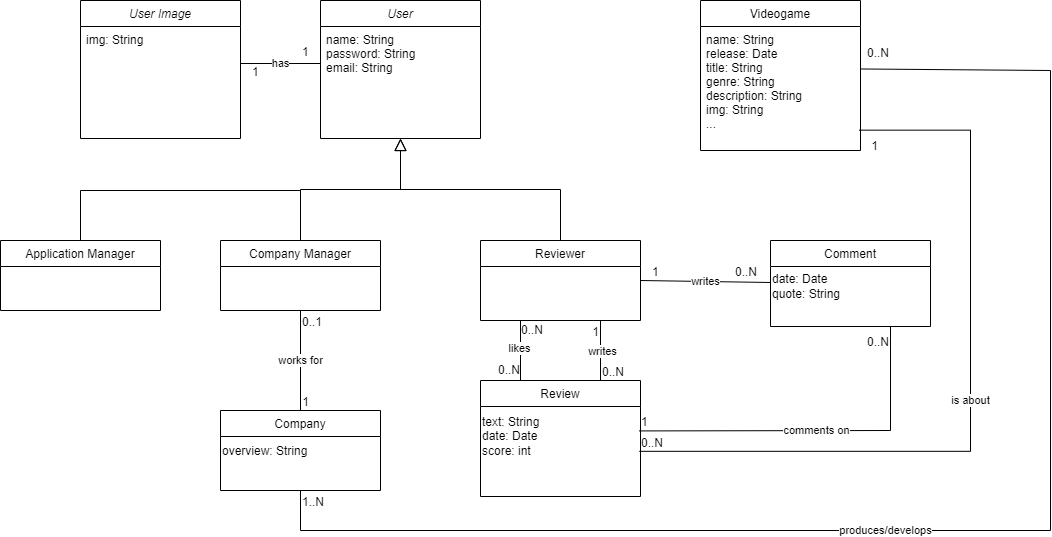
Earlier version of the draw.io export docs/chapter3/img/uml.png (Etto48/LargeScaleProject). Source tidied: cells renumbered, new cells last; positions are measured from the earlier drawing's top-left corner, leaving out a move shared by most shapes.
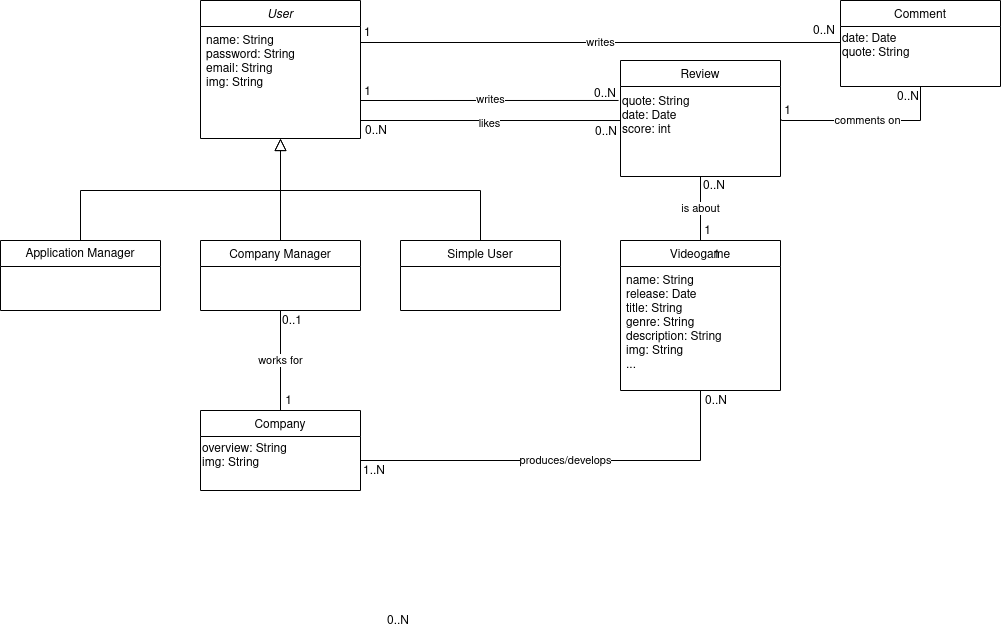
Later version of the same file.

What changed in the source:
```diff
@@ -3,9 +3,9 @@
     <mxCell id="0" />
     <mxCell id="1" parent="0" />
     <mxCell id="2" value="User" style="swimlane;fontStyle=2;align=center;verticalAlign=top;horizontal=1;startSize=26;rounded=0;shadow=0;strokeWidth=1;" parent="1" vertex="1">
-      <mxGeometry x="320" width="160" height="138" as="geometry" />
+      <mxGeometry x="220" width="160" height="138" as="geometry" />
     </mxCell>
-    <mxCell id="3" value="name: String&#10;password: String&#10;email: String&#10;" style="text;align=left;verticalAlign=top;spacingLeft=4;spacingRight=4;overflow=hidden;points=[[0,0.5],[1,0.5]];portConstraint=eastwest;" parent="2" vertex="1">
+    <mxCell id="3" value="name: String&#10;password: String&#10;email: String&#10;img: String&#10;&#10;" style="text;align=left;verticalAlign=top;spacingLeft=4;spacingRight=4;overflow=hidden;points=[[0,0.5],[1,0.5]];portConstraint=eastwest;" parent="2" vertex="1">
       <mxGeometry y="26" width="160" height="74" as="geometry" />
     </mxCell>
     <mxCell id="4" value="Company Manager" style="swimlane;fontStyle=0;align=center;verticalAlign=top;horizontal=1;startSize=26;rounded=0;shadow=0;strokeWidth=1;" parent="1" vertex="1">
@@ -14,20 +14,24 @@
     <mxCell id="5" style="endArrow=block;endSize=10;endFill=0;shadow=0;strokeWidth=1;rounded=0;edgeStyle=elbowEdgeStyle;elbow=vertical;" parent="1" edge="1" source="4" target="2">
       <mxGeometry relative="1" as="geometry" />
     </mxCell>
-    <mxCell id="6" value="Reviewer" style="swimlane;fontStyle=0;align=center;verticalAlign=top;horizontal=1;startSize=26;rounded=0;shadow=0;strokeWidth=1;" parent="1" vertex="1">
-      <mxGeometry x="480" y="240" width="160" height="80" as="geometry" />
+    <mxCell id="6" value="Simple User" style="swimlane;fontStyle=0;align=center;verticalAlign=top;horizontal=1;startSize=26;rounded=0;shadow=0;strokeWidth=1;" parent="1" vertex="1">
+      <mxGeometry x="420" y="240" width="160" height="70" as="geometry" />
     </mxCell>
-    <mxCell id="7" style="endArrow=block;endSize=10;endFill=0;shadow=0;strokeWidth=1;rounded=0;edgeStyle=elbowEdgeStyle;elbow=vertical;" parent="1" edge="1" source="6" target="2">
-      <mxGeometry relative="1" as="geometry" />
+    <mxCell id="7" style="endArrow=block;endSize=10;endFill=0;shadow=0;strokeWidth=1;rounded=0;edgeStyle=elbowEdgeStyle;elbow=vertical;exitX=0.5;exitY=0;exitDx=0;exitDy=0;" parent="1" edge="1" source="6" target="2">
+      <mxGeometry relative="1" as="geometry">
+        <Array as="points">
+          <mxPoint x="430" y="190" />
+        </Array>
+      </mxGeometry>
     </mxCell>
     <mxCell id="8" value="Videogame" style="swimlane;fontStyle=0;align=center;verticalAlign=top;horizontal=1;startSize=26;rounded=0;shadow=0;strokeWidth=1;" parent="1" vertex="1">
-      <mxGeometry x="700" width="160" height="150" as="geometry" />
+      <mxGeometry x="640" y="240" width="160" height="150" as="geometry" />
     </mxCell>
     <mxCell id="9" value="name: String&#10;release: Date&#10;title: String&#10;genre: String&#10;description: String&#10;img: String&#10;..." style="text;align=left;verticalAlign=top;spacingLeft=4;spacingRight=4;overflow=hidden;points=[[0,0.5],[1,0.5]];portConstraint=eastwest;" parent="8" vertex="1">
       <mxGeometry y="26" width="160" height="124" as="geometry" />
     </mxCell>
     <mxCell id="10" value="&lt;span style=&quot;font-weight: normal;&quot;&gt;Application Manager&lt;/span&gt;" style="swimlane;fontStyle=1;align=center;verticalAlign=top;horizontal=1;startSize=26;whiteSpace=wrap;html=1;" parent="1" vertex="1">
-      <mxGeometry y="240" width="160" height="70" as="geometry" />
+      <mxGeometry x="20" y="240" width="160" height="70" as="geometry" />
     </mxCell>
     <mxCell id="11" style="endArrow=none;endSize=10;endFill=0;shadow=0;strokeWidth=1;rounded=0;edgeStyle=elbowEdgeStyle;elbow=vertical;exitX=0.5;exitY=0;exitDx=0;exitDy=0;" parent="1" edge="1" source="10">
       <mxGeometry relative="1" as="geometry">
@@ -40,17 +44,11 @@
     <mxCell id="12" value="Company" style="swimlane;fontStyle=0;align=center;verticalAlign=top;horizontal=1;startSize=26;rounded=0;shadow=0;strokeWidth=1;" parent="1" vertex="1">
       <mxGeometry x="220" y="410" width="160" height="80" as="geometry" />
     </mxCell>
-    <mxCell id="13" value="overview: String" style="text;html=1;align=left;verticalAlign=middle;strokeColor=none;fillColor=none;" parent="12" vertex="1">
-      <mxGeometry y="26" width="160" height="30" as="geometry" />
+    <mxCell id="13" value="&lt;div&gt;overview: String&lt;/div&gt;&lt;div&gt;img: String&lt;br&gt;&lt;/div&gt;" style="text;html=1;align=left;verticalAlign=middle;strokeColor=none;fillColor=none;" parent="12" vertex="1">
+      <mxGeometry y="26" width="160" height="40" as="geometry" />
     </mxCell>
-    <mxCell id="14" value="Review" style="swimlane;fontStyle=0;align=center;verticalAlign=top;horizontal=1;startSize=26;rounded=0;shadow=0;strokeWidth=1;" parent="1" vertex="1">
-      <mxGeometry x="480" y="380" width="160" height="116" as="geometry" />
-    </mxCell>
-    <mxCell id="15" value="text: String&lt;br&gt;date: Date&lt;br&gt;score: int&lt;br&gt;" style="text;html=1;align=left;verticalAlign=middle;points=[];strokeColor=none;fillColor=none;" parent="14" vertex="1">
-      <mxGeometry y="26" width="160" height="60" as="geometry" />
-    </mxCell>
     <mxCell id="16" value="Comment" style="swimlane;fontStyle=0;align=center;verticalAlign=top;horizontal=1;startSize=26;rounded=0;shadow=0;strokeWidth=1;" parent="1" vertex="1">
-      <mxGeometry x="770" y="240" width="160" height="86" as="geometry" />
+      <mxGeometry x="860" width="160" height="86" as="geometry" />
     </mxCell>
     <mxCell id="17" value="date: Date&lt;br&gt;quote: String" style="text;html=1;align=left;verticalAlign=middle;points=[];strokeColor=none;fillColor=none;" parent="16" vertex="1">
       <mxGeometry y="26" width="160" height="40" as="geometry" />
@@ -63,124 +61,131 @@
         <mxPoint y="20" as="offset" />
       </mxGeometry>
     </mxCell>
-    <mxCell id="20" value="1" style="html=1;whiteSpace=wrap;align=right;verticalAlign=bottom;" parent="18" vertex="1">
+    <mxCell id="20" value="1" style="html=1;whiteSpace=wrap;align=right;verticalAlign=bottom;strokeColor=default;fontFamily=Helvetica;fontSize=12;fontColor=default;fillColor=default;" parent="18" vertex="1">
       <mxGeometry x="1" relative="1" as="geometry">
-        <mxPoint x="10" as="offset" />
+        <mxPoint x="13" as="offset" />
       </mxGeometry>
     </mxCell>
+    <mxCell id="47" value="1" style="html=1;whiteSpace=wrap;align=right;verticalAlign=bottom;strokeColor=default;fontFamily=Helvetica;fontSize=12;fontColor=default;fillColor=default;" parent="18" vertex="1">
+      <mxGeometry x="1" relative="1" as="geometry">
+        <mxPoint x="432" y="-170" as="offset" />
+      </mxGeometry>
+    </mxCell>
+    <mxCell id="48" value="1" style="html=1;whiteSpace=wrap;align=right;verticalAlign=bottom;strokeColor=default;fontFamily=Helvetica;fontSize=12;fontColor=default;fillColor=default;" parent="18" vertex="1">
+      <mxGeometry x="1" relative="1" as="geometry">
+        <mxPoint x="512" y="-290" as="offset" />
+      </mxGeometry>
+    </mxCell>
-    <mxCell id="21" value="produces/develops" style="endArrow=none;html=1;rounded=0;edgeStyle=elbowEdgeStyle;elbow=vertical;endSize=10;exitX=0.5;exitY=1;exitDx=0;exitDy=0;" parent="1" edge="1" source="12">
+    <mxCell id="21" value="produces/develops" style="endArrow=none;html=1;rounded=0;edgeStyle=elbowEdgeStyle;elbow=vertical;endSize=10;entryX=0.5;entryY=1;entryDx=0;entryDy=0;" parent="1" edge="1" target="8">
       <mxGeometry relative="1" as="geometry">
-        <mxPoint x="1050" y="70" as="targetPoint" />
+        <mxPoint x="380" y="460" as="sourcePoint" />
         <Array as="points">
-          <mxPoint x="1080" y="530" />
+          <mxPoint x="580" y="460" />
         </Array>
       </mxGeometry>
     </mxCell>
     <mxCell id="22" value="1..N" style="html=1;whiteSpace=wrap;align=left;verticalAlign=bottom;" parent="21" vertex="1">
       <mxGeometry x="-1" relative="1" as="geometry">
-        <mxPoint y="20" as="offset" />
+        <mxPoint x="1" y="20" as="offset" />
       </mxGeometry>
     </mxCell>
     <mxCell id="23" value="0..N" style="html=1;whiteSpace=wrap;align=right;verticalAlign=bottom;" parent="21" vertex="1">
       <mxGeometry x="1" relative="1" as="geometry">
-        <mxPoint x="-160" y="-9" as="offset" />
+        <mxPoint x="-290" y="240" as="offset" />
       </mxGeometry>
     </mxCell>
-    <mxCell id="24" style="endArrow=none;html=1;rounded=0;" parent="1" edge="1">
-      <mxGeometry relative="1" as="geometry">
-        <mxPoint x="860" y="68.5" as="sourcePoint" />
-        <mxPoint x="1050" y="70" as="targetPoint" />
-      </mxGeometry>
-    </mxCell>
-    <mxCell id="25" value="writes" style="endArrow=none;html=1;rounded=0;exitX=1;exitY=0.5;exitDx=0;exitDy=0;entryX=0.001;entryY=0.4;entryDx=0;entryDy=0;entryPerimeter=0;" parent="1" edge="1" source="6" target="17">
-      <mxGeometry relative="1" as="geometry" />
+    <mxCell id="25" value="writes" style="endArrow=none;html=1;rounded=0;entryX=0.001;entryY=0.4;entryDx=0;entryDy=0;entryPerimeter=0;" parent="1" edge="1" target="17">
+      <mxGeometry relative="1" as="geometry">
+        <mxPoint x="380" y="42" as="sourcePoint" />
+      </mxGeometry>
     </mxCell>
     <mxCell id="26" value="1" style="html=1;whiteSpace=wrap;align=left;verticalAlign=bottom;" parent="25" vertex="1">
       <mxGeometry x="-1" relative="1" as="geometry">
-        <mxPoint x="10" as="offset" />
+        <mxPoint x="2" as="offset" />
       </mxGeometry>
     </mxCell>
     <mxCell id="27" value="0..N" style="html=1;whiteSpace=wrap;align=right;verticalAlign=bottom;" parent="25" vertex="1">
       <mxGeometry x="1" relative="1" as="geometry">
-        <mxPoint x="-12" y="-2" as="offset" />
+        <mxPoint x="-4" y="-2" as="offset" />
       </mxGeometry>
     </mxCell>
-    <mxCell id="28" style="endArrow=none;html=1;rounded=0;entryX=0.75;entryY=1;entryDx=0;entryDy=0;exitX=0.75;exitY=0;exitDx=0;exitDy=0;" parent="1" edge="1" source="14" target="6">
-      <mxGeometry relative="1" as="geometry" />
+    <mxCell id="28" style="endArrow=none;html=1;rounded=0;exitX=-0.012;exitY=0.233;exitDx=0;exitDy=0;exitPerimeter=0;" parent="1" edge="1" source="15">
+      <mxGeometry relative="1" as="geometry">
+        <mxPoint x="380" y="100" as="targetPoint" />
+      </mxGeometry>
     </mxCell>
     <mxCell id="29" value="0..N" style="html=1;whiteSpace=wrap;align=left;verticalAlign=bottom;" parent="28" vertex="1">
-      <mxGeometry x="-1" relative="1" as="geometry" />
+      <mxGeometry x="-1" relative="1" as="geometry">
+        <mxPoint x="-26" y="3" as="offset" />
+      </mxGeometry>
     </mxCell>
-    <mxCell id="30" value="1" style="html=1;whiteSpace=wrap;align=right;verticalAlign=bottom;" parent="28" vertex="1">
+    <mxCell id="30" value="1" style="html=1;whiteSpace=wrap;align=right;verticalAlign=bottom;strokeColor=default;fontFamily=Helvetica;fontSize=12;fontColor=default;fillColor=default;" parent="28" vertex="1">
       <mxGeometry x="1" relative="1" as="geometry">
-        <mxPoint y="20" as="offset" />
+        <mxPoint x="12" y="1" as="offset" />
       </mxGeometry>
     </mxCell>
     <mxCell id="31" value="writes" style="edgeLabel;html=1;align=center;verticalAlign=middle;" parent="28" vertex="1">
       <mxGeometry y="-1" relative="1" as="geometry" />
     </mxCell>
-    <mxCell id="32" value="comments on" style="endArrow=none;html=1;rounded=0;edgeStyle=elbowEdgeStyle;elbow=vertical;exitX=0.993;exitY=0.407;exitDx=0;exitDy=0;exitPerimeter=0;entryX=0.75;entryY=1;entryDx=0;entryDy=0;" parent="1" edge="1" source="15" target="16">
+    <mxCell id="32" value="comments on" style="endArrow=none;html=1;rounded=0;edgeStyle=elbowEdgeStyle;elbow=vertical;exitX=1.006;exitY=0.55;exitDx=0;exitDy=0;exitPerimeter=0;entryX=0.5;entryY=1;entryDx=0;entryDy=0;" parent="1" edge="1" source="15" target="16">
       <mxGeometry relative="1" as="geometry">
         <Array as="points">
-          <mxPoint x="770" y="430" />
+          <mxPoint x="960" y="120" />
         </Array>
       </mxGeometry>
     </mxCell>
-    <mxCell id="33" value="1" style="html=1;whiteSpace=wrap;align=left;verticalAlign=bottom;" parent="32" vertex="1">
-      <mxGeometry x="-1" relative="1" as="geometry">
-        <mxPoint x="1" as="offset" />
-      </mxGeometry>
-    </mxCell>
     <mxCell id="34" value="0..N" style="html=1;whiteSpace=wrap;align=right;verticalAlign=bottom;" parent="32" vertex="1">
       <mxGeometry x="1" relative="1" as="geometry">
-        <mxPoint y="24" as="offset" />
+        <mxPoint y="20" as="offset" />
       </mxGeometry>
     </mxCell>
-    <mxCell id="35" value="is about" style="endArrow=none;html=1;rounded=0;edgeStyle=elbowEdgeStyle;exitX=0.993;exitY=0.747;exitDx=0;exitDy=0;exitPerimeter=0;entryX=0.992;entryY=0.836;entryDx=0;entryDy=0;entryPerimeter=0;" parent="1" edge="1" source="15" target="9">
+    <mxCell id="35" value="is about" style="endArrow=none;html=1;rounded=0;edgeStyle=elbowEdgeStyle;exitX=0.5;exitY=1;exitDx=0;exitDy=0;entryX=0.5;entryY=0;entryDx=0;entryDy=0;" parent="1" edge="1" source="14" target="8">
       <mxGeometry relative="1" as="geometry">
         <Array as="points">
-          <mxPoint x="970" y="280" />
+          <mxPoint x="720" y="210" />
         </Array>
       </mxGeometry>
     </mxCell>
     <mxCell id="36" value="0..N" style="html=1;whiteSpace=wrap;align=left;verticalAlign=bottom;" parent="35" vertex="1">
-      <mxGeometry x="-1" relative="1" as="geometry" />
+      <mxGeometry x="-1" relative="1" as="geometry">
+        <mxPoint x="1" y="19" as="offset" />
+      </mxGeometry>
     </mxCell>
     <mxCell id="37" value="1" style="html=1;whiteSpace=wrap;align=right;verticalAlign=bottom;" parent="35" vertex="1">
       <mxGeometry x="1" relative="1" as="geometry">
         <mxPoint x="21" y="24" as="offset" />
       </mxGeometry>
     </mxCell>
+    <mxCell id="49" value="0..N" style="html=1;whiteSpace=wrap;align=left;verticalAlign=bottom;" parent="35" vertex="1">
+      <mxGeometry x="-1" relative="1" as="geometry">
+        <mxPoint x="3" y="234" as="offset" />
+      </mxGeometry>
+    </mxCell>
-    <mxCell id="38" style="endArrow=none;html=1;rounded=0;exitX=0.25;exitY=0;exitDx=0;exitDy=0;entryX=0.25;entryY=1;entryDx=0;entryDy=0;" parent="1" edge="1" source="14" target="6">
-      <mxGeometry relative="1" as="geometry" />
+    <mxCell id="38" style="endArrow=none;html=1;rounded=0;exitX=0;exitY=0.567;exitDx=0;exitDy=0;exitPerimeter=0;" parent="1" edge="1" source="15">
+      <mxGeometry relative="1" as="geometry">
+        <mxPoint x="380" y="120" as="targetPoint" />
+      </mxGeometry>
     </mxCell>
     <mxCell id="39" value="likes" style="edgeLabel;html=1;align=center;verticalAlign=middle;" parent="38" vertex="1">
-      <mxGeometry x="0.1" y="2" relative="1" as="geometry" />
+      <mxGeometry x="0.1" y="2" relative="1" as="geometry">
+        <mxPoint x="12" as="offset" />
+      </mxGeometry>
     </mxCell>
     <mxCell id="40" value="0..N" style="html=1;whiteSpace=wrap;align=right;verticalAlign=bottom;" parent="1" vertex="1">
-      <mxGeometry x="540" y="330" as="geometry">
+      <mxGeometry x="404" y="132" as="geometry">
         <mxPoint x="4" y="8" as="offset" />
       </mxGeometry>
     </mxCell>
-    <mxCell id="41" value="0..N" style="html=1;whiteSpace=wrap;align=right;verticalAlign=bottom;" parent="1" vertex="1">
-      <mxGeometry x="510" y="380" as="geometry">
+    <mxCell id="41" value="0..N" style="html=1;whiteSpace=wrap;align=right;verticalAlign=bottom;strokeColor=default;fontFamily=Helvetica;fontSize=12;fontColor=default;fillColor=default;" parent="1" vertex="1">
+      <mxGeometry x="627" y="143" as="geometry">
         <mxPoint x="11" y="-2" as="offset" />
       </mxGeometry>
     </mxCell>
-    <mxCell id="42" value="User Image" style="swimlane;fontStyle=2;align=center;verticalAlign=top;horizontal=1;startSize=26;rounded=0;shadow=0;strokeWidth=1;" parent="1" vertex="1">
-      <mxGeometry x="80" width="160" height="138" as="geometry" />
-    </mxCell>
-    <mxCell id="43" value="img: String&#10;" style="text;align=left;verticalAlign=top;spacingLeft=4;spacingRight=4;overflow=hidden;points=[[0,0.5],[1,0.5]];portConstraint=eastwest;" parent="42" vertex="1">
-      <mxGeometry y="26" width="160" height="74" as="geometry" />
-    </mxCell>
-    <mxCell id="44" value="has" style="endArrow=none;html=1;rounded=0;entryX=0;entryY=0.5;entryDx=0;entryDy=0;exitX=1;exitY=0.5;exitDx=0;exitDy=0;" parent="1" edge="1" source="43" target="3">
-      <mxGeometry relative="1" as="geometry" />
-    </mxCell>
-    <mxCell id="45" value="1" style="html=1;whiteSpace=wrap;align=left;verticalAlign=bottom;" parent="1" vertex="1">
-      <mxGeometry x="300" y="60" as="geometry" />
-    </mxCell>
-    <mxCell id="46" value="1" style="html=1;whiteSpace=wrap;align=left;verticalAlign=bottom;" parent="1" vertex="1">
-      <mxGeometry x="250" y="80" as="geometry" />
-    </mxCell>
+    <mxCell id="14" value="Review" style="swimlane;fontStyle=0;align=center;verticalAlign=top;horizontal=1;startSize=26;rounded=0;shadow=0;strokeWidth=1;" parent="1" vertex="1">
+      <mxGeometry x="640" y="60" width="160" height="116" as="geometry" />
+    </mxCell>
+    <mxCell id="15" value="quote: String&lt;br&gt;date: Date&lt;br&gt;score: int" style="text;html=1;align=left;verticalAlign=middle;points=[];strokeColor=none;fillColor=none;" parent="14" vertex="1">
+      <mxGeometry y="26" width="160" height="60" as="geometry" />
+    </mxCell>
   </root>
 </mxGraphModel>
```
